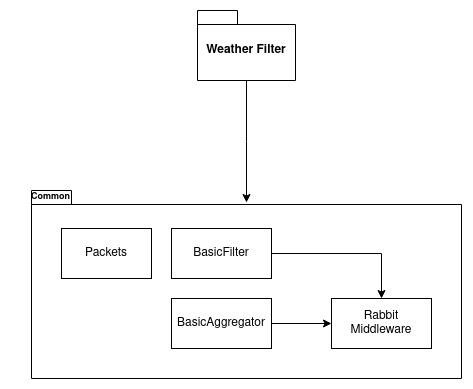
Before: docs/package.png, a diagram exported from draw.io (efoppiano/dist1_tp2). Source tidied: cells renumbered, new cells last; positions are measured from the earlier drawing's top-left corner, leaving out a move shared by most shapes.
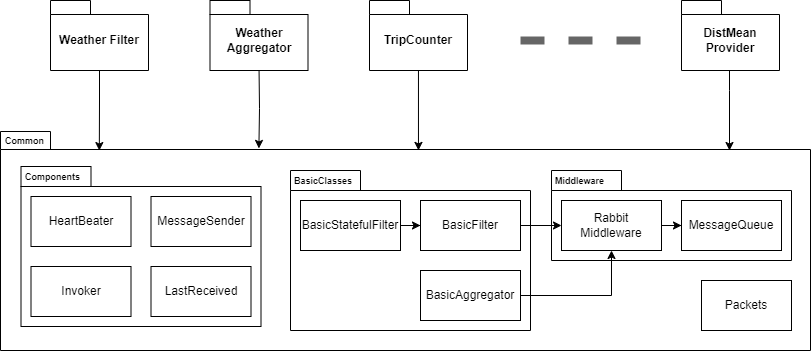
Above is the later version.

What changed in the source:
```diff
@@ -2,37 +2,114 @@
   <root>
     <mxCell id="0" />
     <mxCell id="1" parent="0" />
-    <mxCell id="2" style="edgeStyle=orthogonalEdgeStyle;rounded=0;jettySize=auto;html=1;" parent="1" edge="1" source="3">
-      <mxGeometry relative="1" as="geometry">
-        <mxPoint x="236" y="192" as="targetPoint" />
-      </mxGeometry>
-    </mxCell>
+    <mxCell id="12" style="shape=folder;fontStyle=1;spacingTop=10;tabWidth=50;tabHeight=18;tabPosition=left;html=1;whiteSpace=wrap;" parent="1" vertex="1">
+      <mxGeometry x="231" y="259" width="810" height="219" as="geometry" />
+    </mxCell>
+    <mxCell id="13" style="shape=folder;fontStyle=1;spacingTop=10;tabWidth=70;tabHeight=20;tabPosition=left;html=1;whiteSpace=wrap;" parent="1" vertex="1">
+      <mxGeometry x="782" y="298" width="240" height="90" as="geometry" />
+    </mxCell>
+    <mxCell id="14" style="edgeStyle=orthogonalEdgeStyle;rounded=0;jettySize=auto;html=1;entryX=0.122;entryY=0.087;entryDx=0;entryDy=0;entryPerimeter=0;" parent="1" edge="1" source="3" target="12">
+      <mxGeometry relative="1" as="geometry" />
+    </mxCell>
     <mxCell id="3" value="Weather Filter" style="shape=folder;fontStyle=1;spacingTop=10;tabWidth=40;tabHeight=14;tabPosition=left;html=1;whiteSpace=wrap;" parent="1" vertex="1">
-      <mxGeometry x="187" width="98" height="70" as="geometry" />
+      <mxGeometry x="281" y="128" width="98" height="70" as="geometry" />
     </mxCell>
-    <mxCell id="4" style="shape=folder;fontStyle=1;spacingTop=10;tabWidth=40;tabHeight=14;tabPosition=left;html=1;whiteSpace=wrap;" parent="1" vertex="1">
-      <mxGeometry x="21" y="180" width="430" height="188" as="geometry" />
-    </mxCell>
-    <mxCell id="5" value="&lt;font style=&quot;font-size: 9px;&quot;&gt;Common&lt;/font&gt;" style="text;align=center;fontStyle=1;verticalAlign=middle;spacingLeft=3;spacingRight=3;strokeColor=none;html=1;" parent="1" vertex="1">
-      <mxGeometry y="173" width="80" height="26" as="geometry" />
+    <mxCell id="5" value="&lt;font style=&quot;font-size: 9px;&quot;&gt;Common&lt;/font&gt;" style="text;align=left;fontStyle=1;verticalAlign=bottom;spacingLeft=3;spacingRight=3;strokeColor=none;html=1;spacingBottom=1;" parent="1" vertex="1">
+      <mxGeometry x="231" y="252" width="80" height="26" as="geometry" />
     </mxCell>
     <mxCell id="6" value="Packets" style="html=1;whiteSpace=wrap;" parent="1" vertex="1">
-      <mxGeometry x="51" y="218" width="90" height="50" as="geometry" />
+      <mxGeometry x="932" y="408" width="90" height="50" as="geometry" />
     </mxCell>
+    <mxCell id="15" style="shape=folder;fontStyle=1;spacingTop=10;tabWidth=70;tabHeight=20;tabPosition=left;html=1;whiteSpace=wrap;" parent="1" vertex="1">
+      <mxGeometry x="521" y="298" width="240" height="160" as="geometry" />
+    </mxCell>
+    <mxCell id="16" value="&lt;font style=&quot;font-size: 9px;&quot;&gt;BasicClasses&lt;/font&gt;" style="text;align=left;fontStyle=1;verticalAlign=bottom;spacingLeft=3;spacingRight=3;strokeColor=none;html=1;spacingBottom=1;" parent="1" vertex="1">
+      <mxGeometry x="520" y="292" width="80" height="26" as="geometry" />
+    </mxCell>
+    <mxCell id="17" style="edgeStyle=orthogonalEdgeStyle;rounded=0;jettySize=auto;html=1;" parent="1" edge="1" source="18" target="8">
+      <mxGeometry relative="1" as="geometry" />
+    </mxCell>
+    <mxCell id="18" value="BasicStatefulFilter" style="html=1;whiteSpace=wrap;" parent="1" vertex="1">
+      <mxGeometry x="531" y="328" width="100" height="50" as="geometry" />
+    </mxCell>
     <mxCell id="7" style="edgeStyle=orthogonalEdgeStyle;rounded=0;jettySize=auto;html=1;" parent="1" edge="1" source="8" target="11">
       <mxGeometry relative="1" as="geometry" />
     </mxCell>
     <mxCell id="8" value="BasicFilter" style="html=1;whiteSpace=wrap;" parent="1" vertex="1">
-      <mxGeometry x="161" y="218" width="100" height="50" as="geometry" />
+      <mxGeometry x="651" y="328" width="100" height="50" as="geometry" />
     </mxCell>
     <mxCell id="9" style="edgeStyle=orthogonalEdgeStyle;rounded=0;jettySize=auto;html=1;" parent="1" edge="1" source="10" target="11">
       <mxGeometry relative="1" as="geometry" />
     </mxCell>
     <mxCell id="10" value="BasicAggregator" style="html=1;whiteSpace=wrap;" parent="1" vertex="1">
-      <mxGeometry x="161" y="288" width="100" height="50" as="geometry" />
+      <mxGeometry x="651" y="398" width="100" height="50" as="geometry" />
     </mxCell>
+    <mxCell id="19" value="&lt;font style=&quot;font-size: 9px;&quot;&gt;Middleware&lt;/font&gt;" style="text;align=left;fontStyle=1;verticalAlign=bottom;spacingLeft=3;spacingRight=3;strokeColor=none;html=1;spacingBottom=1;" parent="1" vertex="1">
+      <mxGeometry x="781" y="292" width="80" height="26" as="geometry" />
+    </mxCell>
+    <mxCell id="20" style="edgeStyle=orthogonalEdgeStyle;rounded=0;jettySize=auto;html=1;" parent="1" edge="1" source="11" target="21">
+      <mxGeometry relative="1" as="geometry" />
+    </mxCell>
     <mxCell id="11" value="Rabbit Middleware" style="html=1;whiteSpace=wrap;" parent="1" vertex="1">
-      <mxGeometry x="321" y="288" width="100" height="50" as="geometry" />
+      <mxGeometry x="792" y="328" width="100" height="50" as="geometry" />
     </mxCell>
+    <mxCell id="21" value="MessageQueue" style="html=1;whiteSpace=wrap;" parent="1" vertex="1">
+      <mxGeometry x="912" y="328" width="100" height="50" as="geometry" />
+    </mxCell>
+    <mxCell id="22" style="shape=folder;fontStyle=1;spacingTop=10;tabWidth=70;tabHeight=20;tabPosition=left;html=1;whiteSpace=wrap;" parent="1" vertex="1">
+      <mxGeometry x="251.5" y="294" width="240" height="160" as="geometry" />
+    </mxCell>
+    <mxCell id="23" value="&lt;font style=&quot;font-size: 9px;&quot;&gt;Components&lt;/font&gt;" style="text;align=left;fontStyle=1;verticalAlign=bottom;spacingLeft=3;spacingRight=3;strokeColor=none;html=1;spacingBottom=1;" parent="1" vertex="1">
+      <mxGeometry x="250.5" y="288" width="80" height="26" as="geometry" />
+    </mxCell>
+    <mxCell id="24" value="HeartBeater" style="html=1;whiteSpace=wrap;" parent="1" vertex="1">
+      <mxGeometry x="261.5" y="324" width="100" height="50" as="geometry" />
+    </mxCell>
+    <mxCell id="25" value="MessageSender" style="html=1;whiteSpace=wrap;" parent="1" vertex="1">
+      <mxGeometry x="381.5" y="324" width="100" height="50" as="geometry" />
+    </mxCell>
+    <mxCell id="26" value="LastReceived" style="html=1;whiteSpace=wrap;" parent="1" vertex="1">
+      <mxGeometry x="381.5" y="394" width="100" height="50" as="geometry" />
+    </mxCell>
+    <mxCell id="27" value="Invoker" style="html=1;whiteSpace=wrap;" parent="1" vertex="1">
+      <mxGeometry x="261.5" y="394" width="100" height="50" as="geometry" />
+    </mxCell>
+    <mxCell id="28" style="edgeStyle=orthogonalEdgeStyle;rounded=0;orthogonalLoop=1;jettySize=auto;html=1;entryX=0.319;entryY=0.091;entryDx=0;entryDy=0;entryPerimeter=0;" parent="1" edge="1">
+      <mxGeometry relative="1" as="geometry">
+        <mxPoint x="489.5" y="195" as="sourcePoint" />
+        <mxPoint x="489.4" y="275.9" as="targetPoint" />
+      </mxGeometry>
+    </mxCell>
+    <mxCell id="29" value="Weather Aggregator" style="shape=folder;fontStyle=1;spacingTop=10;tabWidth=40;tabHeight=14;tabPosition=left;html=1;whiteSpace=wrap;" parent="1" vertex="1">
+      <mxGeometry x="440.5" y="128" width="98" height="70" as="geometry" />
+    </mxCell>
+    <mxCell id="30" style="endArrow=none;html=1;rounded=0;strokeWidth=8;fillColor=#f5f5f5;strokeColor=#666666;dashed=1;" parent="1" edge="1">
+      <mxGeometry relative="1" as="geometry">
+        <mxPoint x="751" y="168" as="sourcePoint" />
+        <mxPoint x="871" y="168" as="targetPoint" />
+      </mxGeometry>
+    </mxCell>
+    <mxCell id="31" style="edgeStyle=orthogonalEdgeStyle;rounded=0;orthogonalLoop=1;jettySize=auto;html=1;entryX=0.516;entryY=0.132;entryDx=0;entryDy=0;entryPerimeter=0;" parent="1" edge="1">
+      <mxGeometry relative="1" as="geometry">
+        <mxPoint x="649" y="188" as="sourcePoint" />
+        <mxPoint x="649" y="277.9" as="targetPoint" />
+      </mxGeometry>
+    </mxCell>
+    <mxCell id="32" value="TripCounter" style="shape=folder;fontStyle=1;spacingTop=10;tabWidth=40;tabHeight=14;tabPosition=left;html=1;whiteSpace=wrap;" parent="1" vertex="1">
+      <mxGeometry x="600" y="128" width="98" height="70" as="geometry" />
+    </mxCell>
+    <mxCell id="33" value="DistMean&lt;br&gt;Provider" style="shape=folder;fontStyle=1;spacingTop=10;tabWidth=40;tabHeight=14;tabPosition=left;html=1;whiteSpace=wrap;" parent="1" vertex="1">
+      <mxGeometry x="912" y="128" width="98" height="70" as="geometry" />
+    </mxCell>
+    <mxCell id="34" style="edgeStyle=orthogonalEdgeStyle;rounded=0;orthogonalLoop=1;jettySize=auto;html=1;entryX=0.122;entryY=0.087;entryDx=0;entryDy=0;entryPerimeter=0;" parent="1" edge="1">
+      <mxGeometry relative="1" as="geometry">
+        <mxPoint x="960" y="198" as="sourcePoint" />
+        <mxPoint x="960" y="278" as="targetPoint" />
+        <Array as="points">
+          <mxPoint x="960" y="218" />
+          <mxPoint x="960" y="218" />
+        </Array>
+      </mxGeometry>
+    </mxCell>
   </root>
 </mxGraphModel>
```
